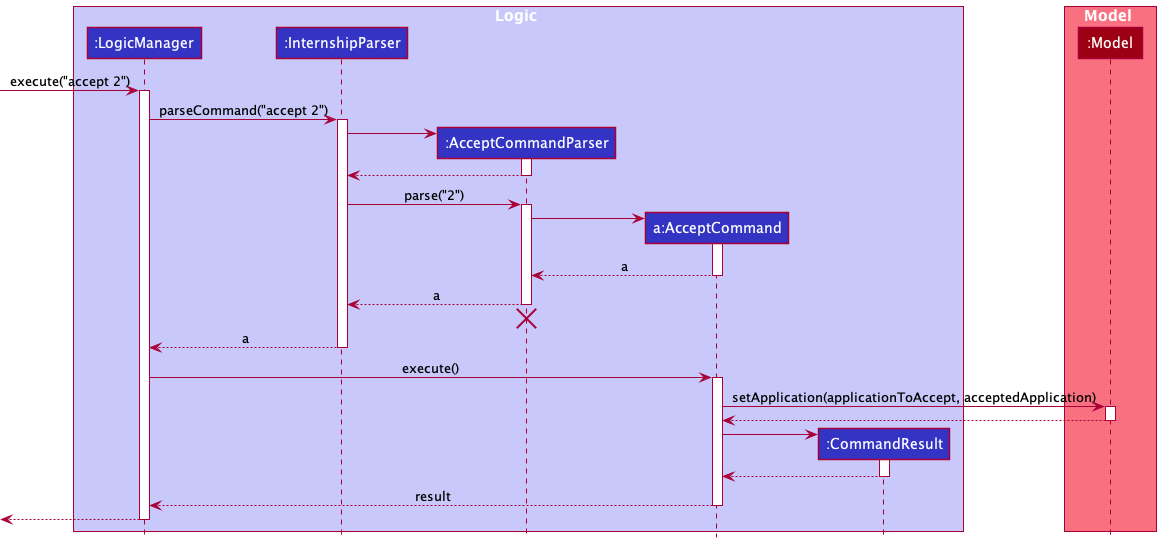
This is docs/images/umldiagrams/AcceptSequenceDiagram.png from tianyue58/tp, a PlantUML export, as it was before one commit.
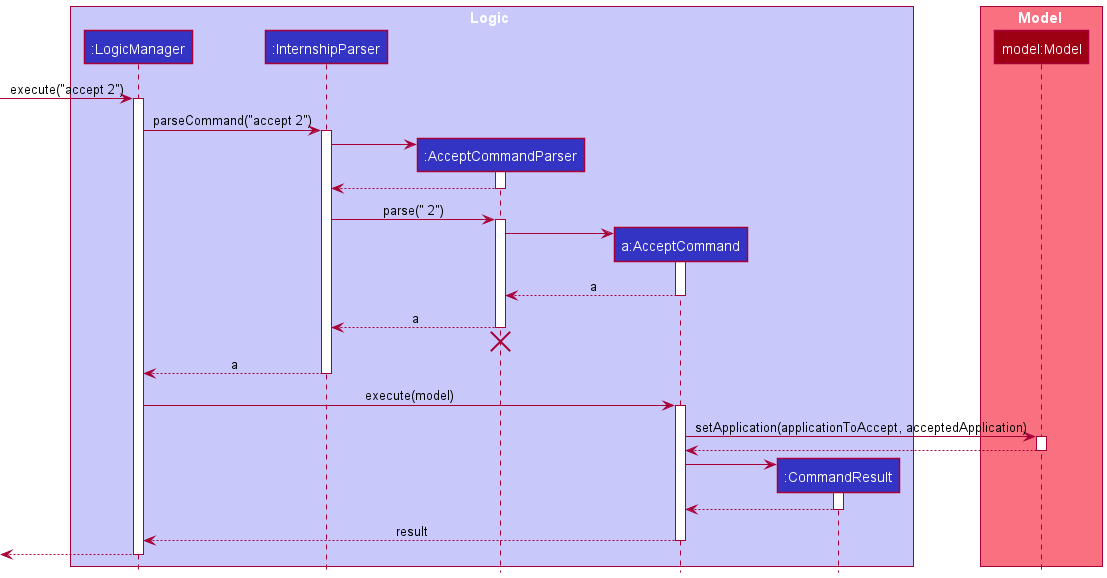
After the change.

The edit, as a diff of the source:
```diff
@@ -10,7 +10,7 @@
 end box
 
 box Model MODEL_COLOR_T1
-participant ":Model" as Model MODEL_COLOR
+participant "model:Model" as Model MODEL_COLOR
 end box
 
 [-> LogicManager : execute("accept 2")
@@ -26,7 +26,7 @@
 AcceptCommandParser --> InternshipParser
 deactivate AcceptCommandParser
 
-InternshipParser -> AcceptCommandParser : parse("2")
+InternshipParser -> AcceptCommandParser : parse(" 2")
 activate AcceptCommandParser
 
 create AcceptCommand
@@ -44,7 +44,7 @@
 InternshipParser --> LogicManager : a
 deactivate InternshipParser
 
-LogicManager -> AcceptCommand : execute()
+LogicManager -> AcceptCommand : execute(model)
 activate AcceptCommand
 
 AcceptCommand -> Model : setApplication(applicationToAccept, acceptedApplication)
```
